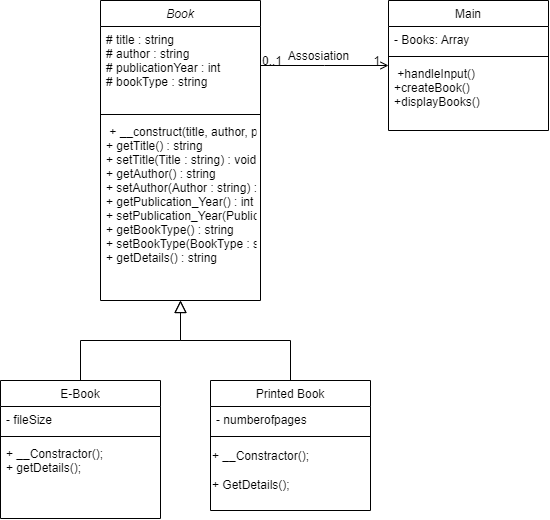
The draw.io diagram Library/UML Diagram Librrary.png in Roczantya/MyfirstPHP, before a commit. Source tidied: cells renumbered, new cells last; positions are measured from the earlier drawing's top-left corner, leaving out a move shared by most shapes.
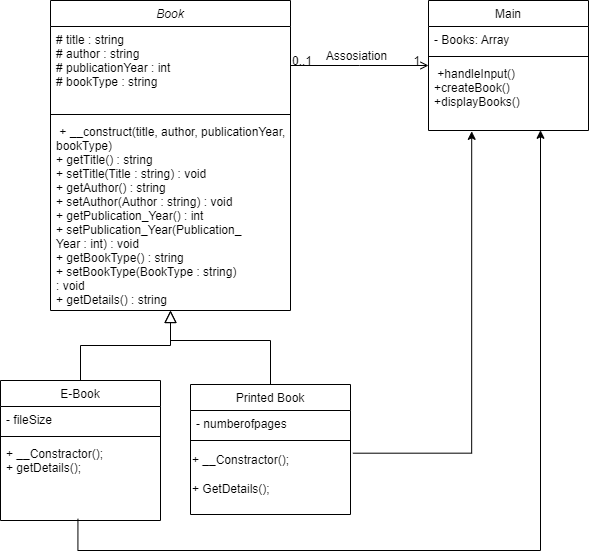
Above is the later version.

Diff of the diagram source:
```diff
@@ -3,19 +3,27 @@
     <mxCell id="0" />
     <mxCell id="1" parent="0" />
     <mxCell id="2" value="Book" style="swimlane;fontStyle=2;align=center;verticalAlign=top;horizontal=1;startSize=26;rounded=0;shadow=0;strokeWidth=1;" parent="1" vertex="1">
-      <mxGeometry x="100" width="160" height="300" as="geometry" />
+      <mxGeometry x="10" width="240" height="310" as="geometry" />
     </mxCell>
     <mxCell id="3" value="# title : string&#10;# author : string&#10;# publicationYear : int&#10;# bookType : string" style="text;align=left;verticalAlign=top;spacingLeft=4;spacingRight=4;overflow=hidden;" parent="2" vertex="1">
-      <mxGeometry y="26" width="160" height="84" as="geometry" />
+      <mxGeometry y="26" width="240" height="84" as="geometry" />
     </mxCell>
     <mxCell id="4" style="line;html=1;strokeWidth=1;align=left;verticalAlign=middle;spacingTop=-1;spacingLeft=3;spacingRight=3;labelPosition=right;" parent="2" vertex="1">
-      <mxGeometry y="110" width="160" height="8" as="geometry" />
+      <mxGeometry y="110" width="240" height="8" as="geometry" />
     </mxCell>
-    <mxCell id="5" value=" + __construct(title, author, publicationYear, bookType)&#10;  + getTitle() : string&#10;  + setTitle(Title : string) : void&#10;  + getAuthor() : string&#10;  + setAuthor(Author : string) : void&#10;  + getPublication_Year() : int&#10;  + setPublication_Year(Publication_Year : int) : void&#10;  + getBookType() : string&#10;  + setBookType(BookType : string) : void&#10;  + getDetails() : string" style="text;align=left;verticalAlign=top;spacingLeft=4;spacingRight=4;overflow=hidden;" parent="2" vertex="1">
-      <mxGeometry y="118" width="160" height="162" as="geometry" />
+    <mxCell id="5" value=" + __construct(title, author, publicationYear, &#10;bookType)&#10;  + getTitle() : string&#10;  + setTitle(Title : string) : void&#10;  + getAuthor() : string&#10;  + setAuthor(Author : string) : void&#10;  + getPublication_Year() : int&#10;  + setPublication_Year(Publication_&#10;Year : int) : void&#10;  + getBookType() : string&#10;  + setBookType(BookType : string) &#10;: void&#10;  + getDetails() : string" style="text;align=left;verticalAlign=top;spacingLeft=4;spacingRight=4;overflow=hidden;" parent="2" vertex="1">
+      <mxGeometry y="118" width="240" height="192" as="geometry" />
     </mxCell>
+    <mxCell id="24" style="edgeStyle=orthogonalEdgeStyle;rounded=0;jettySize=auto;html=1;exitX=0.484;exitY=0.979;exitDx=0;exitDy=0;exitPerimeter=0;entryX=0.7;entryY=0.997;entryDx=0;entryDy=0;entryPerimeter=0;" parent="1" edge="1" source="9" target="19">
+      <mxGeometry relative="1" as="geometry">
+        <Array as="points">
+          <mxPoint x="37" y="550" />
+          <mxPoint x="500" y="550" />
+        </Array>
+      </mxGeometry>
+    </mxCell>
     <mxCell id="6" value="E-Book" style="swimlane;fontStyle=0;align=center;verticalAlign=top;horizontal=1;startSize=26;rounded=0;shadow=0;strokeWidth=1;" parent="1" vertex="1">
-      <mxGeometry y="380" width="160" height="138" as="geometry" />
+      <mxGeometry x="-40" y="380" width="160" height="140" as="geometry" />
     </mxCell>
     <mxCell id="7" value="- fileSize" style="text;align=left;verticalAlign=top;spacingLeft=4;spacingRight=4;overflow=hidden;" parent="6" vertex="1">
       <mxGeometry y="26" width="160" height="26" as="geometry" />
@@ -24,13 +32,13 @@
       <mxGeometry y="52" width="160" height="8" as="geometry" />
     </mxCell>
     <mxCell id="9" value="+ __Constractor();&#10;+ getDetails();" style="text;align=left;verticalAlign=top;spacingLeft=4;spacingRight=4;overflow=hidden;points=[[0,0.5],[1,0.5]];portConstraint=eastwest;" parent="6" vertex="1">
-      <mxGeometry y="60" width="160" height="60" as="geometry" />
+      <mxGeometry y="60" width="160" height="80" as="geometry" />
     </mxCell>
     <mxCell id="10" style="endArrow=block;endSize=10;endFill=0;shadow=0;strokeWidth=1;rounded=0;curved=0;edgeStyle=elbowEdgeStyle;elbow=vertical;" parent="1" edge="1" source="6" target="2">
       <mxGeometry relative="1" as="geometry" />
     </mxCell>
     <mxCell id="11" value="Printed Book" style="swimlane;fontStyle=0;align=center;verticalAlign=top;horizontal=1;startSize=26;rounded=0;shadow=0;strokeWidth=1;" parent="1" vertex="1">
-      <mxGeometry x="210" y="380" width="160" height="130" as="geometry" />
+      <mxGeometry x="150" y="384" width="160" height="130" as="geometry" />
     </mxCell>
     <mxCell id="12" value="- numberofpages" style="text;align=left;verticalAlign=top;spacingLeft=4;spacingRight=4;overflow=hidden;" parent="11" vertex="1">
       <mxGeometry y="26" width="160" height="26" as="geometry" />
@@ -41,8 +49,13 @@
     <mxCell id="14" value="+ __Constractor();&lt;div&gt;&lt;br&gt;&lt;div&gt;+ GetDetails();&lt;/div&gt;&lt;/div&gt;" style="text;html=1;align=left;verticalAlign=middle;points=[];strokeColor=none;fillColor=none;" parent="11" vertex="1">
       <mxGeometry y="60" width="160" height="60" as="geometry" />
     </mxCell>
-    <mxCell id="15" style="endArrow=block;endSize=10;endFill=0;shadow=0;strokeWidth=1;rounded=0;curved=0;edgeStyle=elbowEdgeStyle;elbow=vertical;" parent="1" edge="1" source="11" target="2">
-      <mxGeometry relative="1" as="geometry" />
+    <mxCell id="15" style="endArrow=block;endSize=10;endFill=0;shadow=0;strokeWidth=1;rounded=0;curved=0;edgeStyle=elbowEdgeStyle;elbow=vertical;exitX=0.5;exitY=0;exitDx=0;exitDy=0;" parent="1" edge="1" source="11">
+      <mxGeometry relative="1" as="geometry">
+        <mxPoint x="130" y="310" as="targetPoint" />
+        <Array as="points">
+          <mxPoint x="130" y="340" />
+        </Array>
+      </mxGeometry>
     </mxCell>
     <mxCell id="16" value="Main" style="swimlane;fontStyle=0;align=center;verticalAlign=top;horizontal=1;startSize=26;rounded=0;shadow=0;strokeWidth=1;" parent="1" vertex="1">
       <mxGeometry x="388" width="160" height="130" as="geometry" />
@@ -76,5 +89,12 @@
         <mxPoint x="-38" y="40" as="offset" />
       </mxGeometry>
     </mxCell>
+    <mxCell id="25" style="edgeStyle=orthogonalEdgeStyle;rounded=0;jettySize=auto;html=1;entryX=0.27;entryY=1.012;entryDx=0;entryDy=0;entryPerimeter=0;exitX=1.015;exitY=0.145;exitDx=0;exitDy=0;exitPerimeter=0;" parent="1" edge="1" source="14" target="19">
+      <mxGeometry relative="1" as="geometry">
+        <Array as="points">
+          <mxPoint x="431" y="453" />
+        </Array>
+      </mxGeometry>
+    </mxCell>
   </root>
 </mxGraphModel>
```
